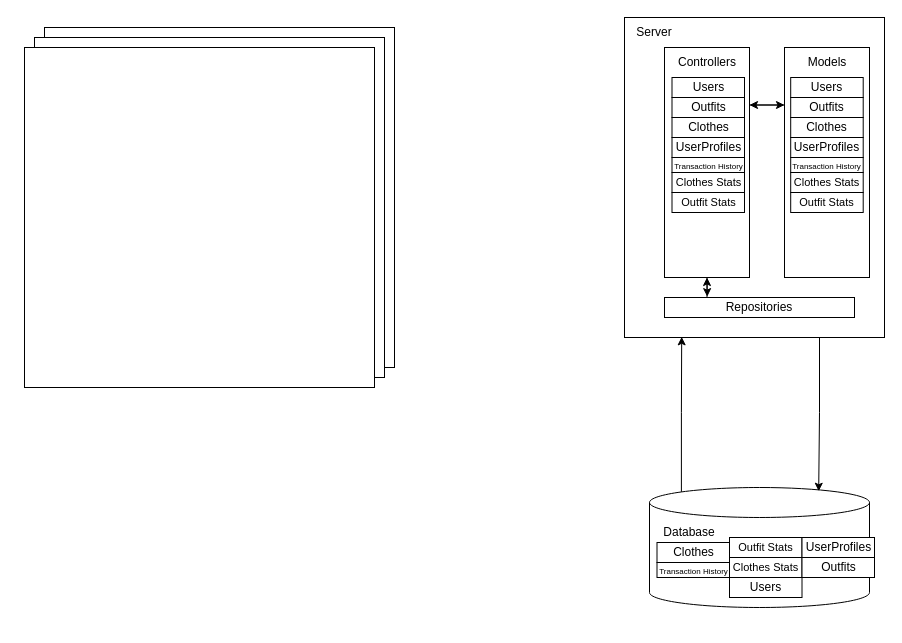
Before: Documents/BlockDiagram.drawio in Niall-Sharma/Closetics, a draw.io diagram. Source tidied: cells renumbered, new cells numbered last; positions are measured from the earlier drawing's top-left corner, leaving out a move shared by most shapes. Both pictures are drawn from the tidied source at 100%, with x=0, y=0 at pixel (24, 17).
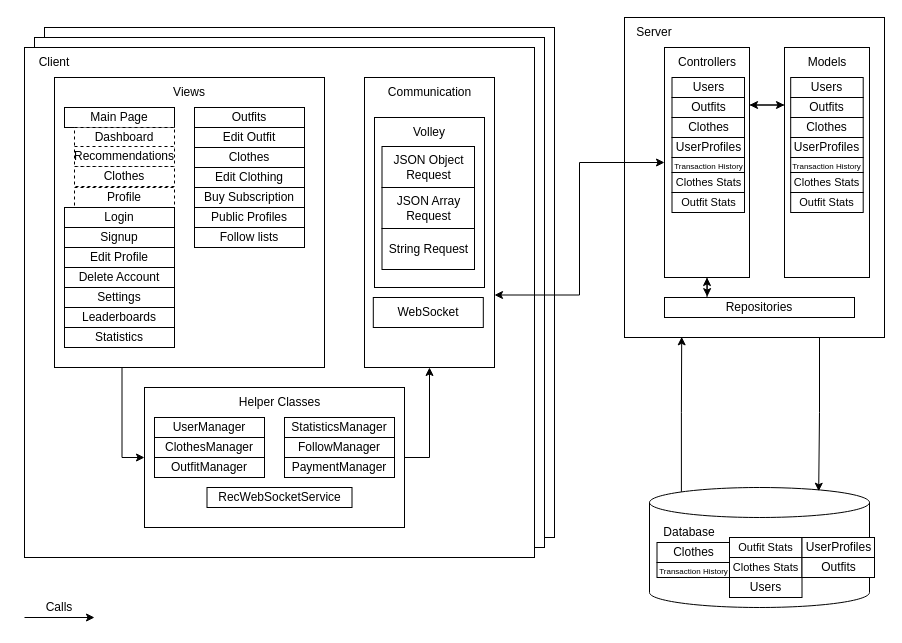
The same page after the edit.

Commit message:
Update Block Diagram Frontend

Unchanged cells that the change refers to:
```xml
<mxCell id="14" style="rounded=0;whiteSpace=wrap;html=1;" parent="1" vertex="1">
  <mxGeometry x="640" y="30" width="85" height="230" as="geometry" />
</mxCell>
```

The edit, as a diff of the source:
```diff
@@
     <mxCell id="2" style="rounded=0;whiteSpace=wrap;html=1;" parent="1" vertex="1">
-      <mxGeometry x="20" y="10" width="350" height="340" as="geometry" />
+      <mxGeometry x="20" y="10" width="510" height="510" as="geometry" />
     </mxCell>
     <mxCell id="3" style="rounded=0;whiteSpace=wrap;html=1;" parent="1" vertex="1">
-      <mxGeometry x="10" y="20" width="350" height="340" as="geometry" />
+      <mxGeometry x="10" y="20" width="510" height="510" as="geometry" />
     </mxCell>
     <mxCell id="4" style="rounded=0;whiteSpace=wrap;html=1;" parent="1" vertex="1">
-      <mxGeometry y="30" width="350" height="340" as="geometry" />
+      <mxGeometry y="30" width="510" height="510" as="geometry" />
     </mxCell>
@@
+    <mxCell id="42" value="Client" style="text;strokeColor=none;align=center;fillColor=none;html=1;verticalAlign=middle;whiteSpace=wrap;rounded=0;" parent="1" vertex="1">
+      <mxGeometry y="30" width="60" height="30" as="geometry" />
+    </mxCell>
+    <mxCell id="43" style="edgeStyle=orthogonalEdgeStyle;rounded=0;jettySize=auto;html=1;exitX=1;exitY=0.75;exitDx=0;exitDy=0;entryX=0;entryY=0.5;entryDx=0;entryDy=0;startArrow=classic;startFill=1;" parent="1" edge="1" source="44" target="14">
+      <mxGeometry relative="1" as="geometry" />
+    </mxCell>
+    <mxCell id="44" style="rounded=0;whiteSpace=wrap;html=1;" parent="1" vertex="1">
+      <mxGeometry x="340" y="60" width="130" height="290" as="geometry" />
+    </mxCell>
+    <mxCell id="45" style="edgeStyle=orthogonalEdgeStyle;rounded=0;jettySize=auto;html=1;exitX=0.25;exitY=1;exitDx=0;exitDy=0;entryX=0;entryY=0.5;entryDx=0;entryDy=0;" parent="1" edge="1" source="46" target="48">
+      <mxGeometry relative="1" as="geometry" />
+    </mxCell>
+    <mxCell id="46" style="rounded=0;whiteSpace=wrap;html=1;" parent="1" vertex="1">
+      <mxGeometry x="30" y="60" width="270" height="290" as="geometry" />
+    </mxCell>
+    <mxCell id="47" style="edgeStyle=orthogonalEdgeStyle;rounded=0;jettySize=auto;html=1;exitX=1;exitY=0.5;exitDx=0;exitDy=0;entryX=0.5;entryY=1;entryDx=0;entryDy=0;" parent="1" edge="1" source="48" target="44">
+      <mxGeometry relative="1" as="geometry" />
+    </mxCell>
+    <mxCell id="48" style="rounded=0;whiteSpace=wrap;html=1;" parent="1" vertex="1">
+      <mxGeometry x="120" y="370" width="260" height="140" as="geometry" />
+    </mxCell>
+    <mxCell id="49" value="Views" style="text;strokeColor=none;align=center;fillColor=none;html=1;verticalAlign=middle;whiteSpace=wrap;rounded=0;" parent="1" vertex="1">
+      <mxGeometry x="125" y="60" width="80" height="30" as="geometry" />
+    </mxCell>
+    <mxCell id="50" value="Helper C&lt;span style=&quot;background-color: transparent; color: light-dark(rgb(0, 0, 0), rgb(255, 255, 255));&quot;&gt;lasses&lt;/span&gt;" style="text;strokeColor=none;align=center;fillColor=none;html=1;verticalAlign=middle;whiteSpace=wrap;rounded=0;" parent="1" vertex="1">
+      <mxGeometry x="207.5" y="370" width="95" height="30" as="geometry" />
+    </mxCell>
+    <mxCell id="51" value="Communication" style="text;strokeColor=none;align=center;fillColor=none;html=1;verticalAlign=middle;whiteSpace=wrap;rounded=0;" parent="1" vertex="1">
+      <mxGeometry x="357.5" y="60" width="95" height="30" as="geometry" />
+    </mxCell>
+    <mxCell id="52" value="Main Page" style="rounded=0;whiteSpace=wrap;html=1;" parent="1" vertex="1">
+      <mxGeometry x="40" y="90" width="110" height="20" as="geometry" />
+    </mxCell>
+    <mxCell id="53" value="Dashboard" style="rounded=0;whiteSpace=wrap;html=1;dashed=1;" parent="1" vertex="1">
+      <mxGeometry x="50" y="110" width="100" height="20" as="geometry" />
+    </mxCell>
+    <mxCell id="54" value="Recommendations" style="rounded=0;whiteSpace=wrap;html=1;dashed=1;" parent="1" vertex="1">
+      <mxGeometry x="50" y="129" width="100" height="20" as="geometry" />
+    </mxCell>
+    <mxCell id="55" value="Clothes" style="rounded=0;whiteSpace=wrap;html=1;dashed=1;" parent="1" vertex="1">
+      <mxGeometry x="50" y="149" width="100" height="20" as="geometry" />
+    </mxCell>
+    <mxCell id="56" value="Profile" style="rounded=0;whiteSpace=wrap;html=1;dashed=1;" parent="1" vertex="1">
+      <mxGeometry x="50" y="170" width="100" height="20" as="geometry" />
+    </mxCell>
+    <mxCell id="57" value="Login" style="rounded=0;whiteSpace=wrap;html=1;" parent="1" vertex="1">
+      <mxGeometry x="40" y="190" width="110" height="20" as="geometry" />
+    </mxCell>
+    <mxCell id="58" value="Signup" style="rounded=0;whiteSpace=wrap;html=1;" parent="1" vertex="1">
+      <mxGeometry x="40" y="210" width="110" height="20" as="geometry" />
+    </mxCell>
+    <mxCell id="59" value="Edit Profile" style="rounded=0;whiteSpace=wrap;html=1;" parent="1" vertex="1">
+      <mxGeometry x="40" y="230" width="110" height="20" as="geometry" />
+    </mxCell>
+    <mxCell id="60" value="Delete Account" style="rounded=0;whiteSpace=wrap;html=1;" parent="1" vertex="1">
+      <mxGeometry x="40" y="250" width="110" height="20" as="geometry" />
+    </mxCell>
+    <mxCell id="61" value="Settings" style="rounded=0;whiteSpace=wrap;html=1;" parent="1" vertex="1">
+      <mxGeometry x="40" y="270" width="110" height="20" as="geometry" />
+    </mxCell>
+    <mxCell id="62" value="Leaderboards" style="rounded=0;whiteSpace=wrap;html=1;" parent="1" vertex="1">
+      <mxGeometry x="40" y="290" width="110" height="20" as="geometry" />
+    </mxCell>
+    <mxCell id="63" value="Statistics" style="rounded=0;whiteSpace=wrap;html=1;" parent="1" vertex="1">
+      <mxGeometry x="40" y="310" width="110" height="20" as="geometry" />
+    </mxCell>
+    <mxCell id="64" value="Public Profiles" style="rounded=0;whiteSpace=wrap;html=1;" parent="1" vertex="1">
+      <mxGeometry x="170" y="190" width="110" height="20" as="geometry" />
+    </mxCell>
+    <mxCell id="65" value="Follow lists" style="rounded=0;whiteSpace=wrap;html=1;" parent="1" vertex="1">
+      <mxGeometry x="170" y="210" width="110" height="20" as="geometry" />
+    </mxCell>
+    <mxCell id="66" value="Outfits" style="rounded=0;whiteSpace=wrap;html=1;" parent="1" vertex="1">
+      <mxGeometry x="170" y="90" width="110" height="20" as="geometry" />
+    </mxCell>
+    <mxCell id="67" value="Edit Outfit" style="rounded=0;whiteSpace=wrap;html=1;" parent="1" vertex="1">
+      <mxGeometry x="170" y="110" width="110" height="20" as="geometry" />
+    </mxCell>
+    <mxCell id="68" value="Clothes" style="rounded=0;whiteSpace=wrap;html=1;" parent="1" vertex="1">
+      <mxGeometry x="170" y="130" width="110" height="20" as="geometry" />
+    </mxCell>
+    <mxCell id="69" value="Edit Clothing" style="rounded=0;whiteSpace=wrap;html=1;" parent="1" vertex="1">
+      <mxGeometry x="170" y="150" width="110" height="20" as="geometry" />
+    </mxCell>
+    <mxCell id="70" value="Buy Subscription" style="rounded=0;whiteSpace=wrap;html=1;" parent="1" vertex="1">
+      <mxGeometry x="170" y="170" width="110" height="20" as="geometry" />
+    </mxCell>
+    <mxCell id="71" value="UserManager" style="rounded=0;whiteSpace=wrap;html=1;" parent="1" vertex="1">
+      <mxGeometry x="130" y="400" width="110" height="20" as="geometry" />
+    </mxCell>
+    <mxCell id="72" value="OutfitManager" style="rounded=0;whiteSpace=wrap;html=1;" parent="1" vertex="1">
+      <mxGeometry x="130" y="440" width="110" height="20" as="geometry" />
+    </mxCell>
+    <mxCell id="73" value="ClothesManager" style="rounded=0;whiteSpace=wrap;html=1;" parent="1" vertex="1">
+      <mxGeometry x="130" y="420" width="110" height="20" as="geometry" />
+    </mxCell>
+    <mxCell id="74" value="PaymentManager" style="rounded=0;whiteSpace=wrap;html=1;" parent="1" vertex="1">
+      <mxGeometry x="260" y="440" width="110" height="20" as="geometry" />
+    </mxCell>
+    <mxCell id="75" value="Follow&lt;span style=&quot;background-color: transparent; color: light-dark(rgb(0, 0, 0), rgb(255, 255, 255));&quot;&gt;Manager&lt;/span&gt;" style="rounded=0;whiteSpace=wrap;html=1;" parent="1" vertex="1">
+      <mxGeometry x="260" y="420" width="110" height="20" as="geometry" />
+    </mxCell>
+    <mxCell id="76" value="StatisticsManager" style="rounded=0;whiteSpace=wrap;html=1;" parent="1" vertex="1">
+      <mxGeometry x="260" y="400" width="110" height="20" as="geometry" />
+    </mxCell>
+    <mxCell id="77" value="RecWebSocketService" style="rounded=0;whiteSpace=wrap;html=1;" parent="1" vertex="1">
+      <mxGeometry x="182.5" y="470" width="145" height="20" as="geometry" />
+    </mxCell>
+    <mxCell id="78" style="rounded=0;whiteSpace=wrap;html=1;" parent="1" vertex="1">
+      <mxGeometry x="350" y="100" width="110" height="170" as="geometry" />
+    </mxCell>
+    <mxCell id="79" value="Volley" style="text;html=1;align=center;verticalAlign=middle;whiteSpace=wrap;rounded=0;" parent="1" vertex="1">
+      <mxGeometry x="375" y="100" width="60" height="30" as="geometry" />
+    </mxCell>
+    <mxCell id="80" value="JSON Object Request" style="rounded=0;whiteSpace=wrap;html=1;" parent="1" vertex="1">
+      <mxGeometry x="357.5" y="129" width="92.5" height="41" as="geometry" />
+    </mxCell>
+    <mxCell id="81" value="JSON Array Request" style="rounded=0;whiteSpace=wrap;html=1;" parent="1" vertex="1">
+      <mxGeometry x="357.5" y="170" width="92.5" height="41" as="geometry" />
+    </mxCell>
+    <mxCell id="82" value="String Request" style="rounded=0;whiteSpace=wrap;html=1;" parent="1" vertex="1">
+      <mxGeometry x="357.5" y="211" width="92.5" height="41" as="geometry" />
+    </mxCell>
+    <mxCell id="83" style="rounded=0;whiteSpace=wrap;html=1;" parent="1" vertex="1">
+      <mxGeometry x="348.8" y="280" width="110" height="30" as="geometry" />
+    </mxCell>
+    <mxCell id="84" value="WebSocket" style="text;html=1;align=center;verticalAlign=middle;whiteSpace=wrap;rounded=0;" parent="1" vertex="1">
+      <mxGeometry x="365.6" y="280" width="76.2" height="30" as="geometry" />
+    </mxCell>
+    <mxCell id="85" style="endArrow=classic;html=1;rounded=0;" parent="1" edge="1">
+      <mxGeometry relative="1" as="geometry">
+        <mxPoint y="600" as="sourcePoint" />
+        <mxPoint x="70" y="600" as="targetPoint" />
+      </mxGeometry>
+    </mxCell>
+    <mxCell id="86" value="Calls" style="text;html=1;align=center;verticalAlign=middle;whiteSpace=wrap;rounded=0;" parent="1" vertex="1">
+      <mxGeometry x="5" y="575" width="60" height="30" as="geometry" />
+    </mxCell>
```
